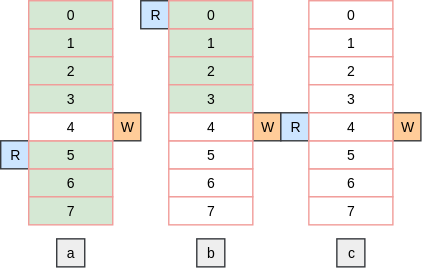
panzidongfamily/ringbuff_res keeps this draw.io diagram as docs/src/buff_lin_read_skip.svg. Above is the earlier version. Source tidied: cells renumbered, new cells last; positions are measured from the earlier drawing's top-left corner, leaving out a move shared by most shapes.
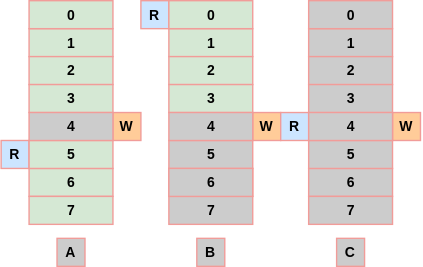
Above is the later version.

What changed in the source:
```diff
@@ -2,104 +2,107 @@
   <root>
     <mxCell id="0" />
     <mxCell id="1" parent="0" />
-    <mxCell id="2" value="R" style="rounded=0;whiteSpace=wrap;html=1;fontSize=10;fillColor=#cce5ff;strokeColor=#36393d;" parent="1" vertex="1">
+    <mxCell id="2" value="R" style="rounded=0;whiteSpace=wrap;html=1;fontSize=10;fillColor=#cce5ff;strokeColor=#F19C99;fontStyle=1;" parent="1" vertex="1">
       <mxGeometry y="100" width="20" height="20" as="geometry" />
     </mxCell>
-    <mxCell id="3" value="W&lt;br&gt;" style="rounded=0;whiteSpace=wrap;html=1;fontSize=10;fillColor=#ffcc99;strokeColor=#36393d;" parent="1" vertex="1">
+    <mxCell id="3" value="W&lt;br&gt;" style="rounded=0;whiteSpace=wrap;html=1;fontSize=10;fillColor=#ffcc99;strokeColor=#F19C99;fontStyle=1;" parent="1" vertex="1">
       <mxGeometry x="80" y="80" width="20" height="20" as="geometry" />
     </mxCell>
-    <mxCell id="4" value="1&lt;br style=&quot;font-size: 10px;&quot;&gt;" style="rounded=0;whiteSpace=wrap;html=1;fontSize=10;fillColor=#d5e8d4;strokeColor=#F19C99;" parent="1" vertex="1">
+    <mxCell id="4" value="1&lt;br style=&quot;font-size: 10px;&quot;&gt;" style="rounded=0;whiteSpace=wrap;html=1;fontSize=10;fillColor=#d5e8d4;strokeColor=#F19C99;fontStyle=1;" parent="1" vertex="1">
       <mxGeometry x="20" y="20" width="60" height="20" as="geometry" />
     </mxCell>
-    <mxCell id="5" value="2" style="rounded=0;whiteSpace=wrap;html=1;fontSize=10;fillColor=#d5e8d4;strokeColor=#F19C99;" parent="1" vertex="1">
+    <mxCell id="5" value="2" style="rounded=0;whiteSpace=wrap;html=1;fontSize=10;fillColor=#d5e8d4;strokeColor=#F19C99;fontStyle=1;" parent="1" vertex="1">
       <mxGeometry x="20" y="40" width="60" height="20" as="geometry" />
     </mxCell>
-    <mxCell id="6" value="3" style="rounded=0;whiteSpace=wrap;html=1;fontSize=10;fillColor=#d5e8d4;strokeColor=#F19C99;" parent="1" vertex="1">
+    <mxCell id="6" value="3" style="rounded=0;whiteSpace=wrap;html=1;fontSize=10;fillColor=#d5e8d4;strokeColor=#F19C99;fontStyle=1;" parent="1" vertex="1">
       <mxGeometry x="20" y="60" width="60" height="20" as="geometry" />
     </mxCell>
-    <mxCell id="7" value="6" style="rounded=0;whiteSpace=wrap;html=1;fontSize=10;fillColor=#d5e8d4;strokeColor=#F19C99;" parent="1" vertex="1">
+    <mxCell id="7" value="6" style="rounded=0;whiteSpace=wrap;html=1;fontSize=10;fillColor=#d5e8d4;strokeColor=#F19C99;fontStyle=1;" parent="1" vertex="1">
       <mxGeometry x="20" y="120" width="60" height="20" as="geometry" />
     </mxCell>
-    <mxCell id="8" value="5" style="rounded=0;whiteSpace=wrap;html=1;fontSize=10;fillColor=#d5e8d4;strokeColor=#F19C99;" parent="1" vertex="1">
+    <mxCell id="8" value="5" style="rounded=0;whiteSpace=wrap;html=1;fontSize=10;fillColor=#d5e8d4;strokeColor=#F19C99;fontStyle=1;" parent="1" vertex="1">
       <mxGeometry x="20" y="100" width="60" height="20" as="geometry" />
     </mxCell>
-    <mxCell id="9" value="4" style="rounded=0;whiteSpace=wrap;html=1;fontSize=10;strokeColor=#F19C99;" parent="1" vertex="1">
+    <mxCell id="9" value="4" style="rounded=0;whiteSpace=wrap;html=1;fontSize=10;strokeColor=#F19C99;fontStyle=1;fillColor=#CCCCCC;" parent="1" vertex="1">
       <mxGeometry x="20" y="80" width="60" height="20" as="geometry" />
     </mxCell>
-    <mxCell id="10" value="7" style="rounded=0;whiteSpace=wrap;html=1;fontSize=10;fillColor=#d5e8d4;strokeColor=#F19C99;" parent="1" vertex="1">
+    <mxCell id="10" value="7" style="rounded=0;whiteSpace=wrap;html=1;fontSize=10;fillColor=#d5e8d4;strokeColor=#F19C99;fontStyle=1;" parent="1" vertex="1">
       <mxGeometry x="20" y="140" width="60" height="20" as="geometry" />
     </mxCell>
-    <mxCell id="11" value="0" style="rounded=0;whiteSpace=wrap;html=1;fontFamily=Arial;fontSize=10;fillColor=#d5e8d4;strokeColor=#F19C99;" parent="1" vertex="1">
+    <mxCell id="11" value="0" style="rounded=0;whiteSpace=wrap;html=1;fontFamily=Arial;fontSize=10;fillColor=#d5e8d4;strokeColor=#F19C99;fontStyle=1;" parent="1" vertex="1">
       <mxGeometry x="20" width="60" height="20" as="geometry" />
     </mxCell>
-    <mxCell id="12" value="a" style="rounded=0;whiteSpace=wrap;html=1;fontSize=10;fillColor=#eeeeee;strokeColor=#36393d;" parent="1" vertex="1">
+    <mxCell id="12" value="A" style="rounded=0;whiteSpace=wrap;html=1;fontSize=10;fillColor=#CCCCCC;strokeColor=#F19C99;fontStyle=1;" parent="1" vertex="1">
       <mxGeometry x="40" y="170" width="20" height="20" as="geometry" />
     </mxCell>
-    <mxCell id="13" value="R" style="rounded=0;whiteSpace=wrap;html=1;fontSize=10;fillColor=#cce5ff;strokeColor=#36393d;" parent="1" vertex="1">
+    <mxCell id="13" value="R" style="rounded=0;whiteSpace=wrap;html=1;fontSize=10;fillColor=#cce5ff;strokeColor=#F19C99;fontStyle=1;" parent="1" vertex="1">
       <mxGeometry x="100" width="20" height="20" as="geometry" />
     </mxCell>
-    <mxCell id="14" value="W&lt;br&gt;" style="rounded=0;whiteSpace=wrap;html=1;fontSize=10;fillColor=#ffcc99;strokeColor=#36393d;" parent="1" vertex="1">
+    <mxCell id="14" value="W&lt;br&gt;" style="rounded=0;whiteSpace=wrap;html=1;fontSize=10;fillColor=#ffcc99;strokeColor=#F19C99;fontStyle=1;" parent="1" vertex="1">
       <mxGeometry x="180" y="80" width="20" height="20" as="geometry" />
     </mxCell>
-    <mxCell id="15" value="1&lt;br style=&quot;font-size: 10px;&quot;&gt;" style="rounded=0;whiteSpace=wrap;html=1;fontSize=10;fillColor=#d5e8d4;strokeColor=#F19C99;" parent="1" vertex="1">
+    <mxCell id="15" value="1&lt;br style=&quot;font-size: 10px;&quot;&gt;" style="rounded=0;whiteSpace=wrap;html=1;fontSize=10;fillColor=#d5e8d4;strokeColor=#F19C99;fontStyle=1;" parent="1" vertex="1">
       <mxGeometry x="120" y="20" width="60" height="20" as="geometry" />
     </mxCell>
-    <mxCell id="16" value="2" style="rounded=0;whiteSpace=wrap;html=1;fontSize=10;fillColor=#d5e8d4;strokeColor=#F19C99;" parent="1" vertex="1">
+    <mxCell id="16" value="2" style="rounded=0;whiteSpace=wrap;html=1;fontSize=10;fillColor=#d5e8d4;strokeColor=#F19C99;fontStyle=1;" parent="1" vertex="1">
       <mxGeometry x="120" y="40" width="60" height="20" as="geometry" />
     </mxCell>
-    <mxCell id="17" value="3" style="rounded=0;whiteSpace=wrap;html=1;fontSize=10;fillColor=#d5e8d4;strokeColor=#F19C99;" parent="1" vertex="1">
+    <mxCell id="17" value="3" style="rounded=0;whiteSpace=wrap;html=1;fontSize=10;fillColor=#d5e8d4;strokeColor=#F19C99;fontStyle=1;" parent="1" vertex="1">
       <mxGeometry x="120" y="60" width="60" height="20" as="geometry" />
     </mxCell>
-    <mxCell id="18" value="6" style="rounded=0;whiteSpace=wrap;html=1;fontSize=10;fillColor=#ffffff;strokeColor=#F19C99;" parent="1" vertex="1">
+    <mxCell id="18" value="6" style="rounded=0;whiteSpace=wrap;html=1;fontSize=10;fillColor=#CCCCCC;strokeColor=#F19C99;fontStyle=1;" parent="1" vertex="1">
       <mxGeometry x="120" y="120" width="60" height="20" as="geometry" />
     </mxCell>
-    <mxCell id="19" value="5" style="rounded=0;whiteSpace=wrap;html=1;fontSize=10;fillColor=#ffffff;strokeColor=#F19C99;" parent="1" vertex="1">
+    <mxCell id="19" value="5" style="rounded=0;whiteSpace=wrap;html=1;fontSize=10;fillColor=#CCCCCC;strokeColor=#F19C99;fontStyle=1;" parent="1" vertex="1">
       <mxGeometry x="120" y="100" width="60" height="20" as="geometry" />
     </mxCell>
-    <mxCell id="20" value="4" style="rounded=0;whiteSpace=wrap;html=1;fontSize=10;strokeColor=#F19C99;" parent="1" vertex="1">
+    <mxCell id="20" value="4" style="rounded=0;whiteSpace=wrap;html=1;fontSize=10;strokeColor=#F19C99;fontStyle=1;fillColor=#CCCCCC;" parent="1" vertex="1">
       <mxGeometry x="120" y="80" width="60" height="20" as="geometry" />
     </mxCell>
-    <mxCell id="21" value="7" style="rounded=0;whiteSpace=wrap;html=1;fontSize=10;fillColor=#ffffff;strokeColor=#F19C99;" parent="1" vertex="1">
+    <mxCell id="21" value="7" style="rounded=0;whiteSpace=wrap;html=1;fontSize=10;fillColor=#CCCCCC;strokeColor=#F19C99;fontStyle=1;" parent="1" vertex="1">
       <mxGeometry x="120" y="140" width="60" height="20" as="geometry" />
     </mxCell>
-    <mxCell id="22" value="0" style="rounded=0;whiteSpace=wrap;html=1;fontFamily=Arial;fontSize=10;fillColor=#d5e8d4;strokeColor=#F19C99;" parent="1" vertex="1">
+    <mxCell id="22" value="0" style="rounded=0;whiteSpace=wrap;html=1;fontFamily=Arial;fontSize=10;fillColor=#d5e8d4;strokeColor=#F19C99;fontStyle=1;" parent="1" vertex="1">
       <mxGeometry x="120" width="60" height="20" as="geometry" />
     </mxCell>
-    <mxCell id="23" value="b" style="rounded=0;whiteSpace=wrap;html=1;fontSize=10;fillColor=#eeeeee;strokeColor=#36393d;" parent="1" vertex="1">
+    <mxCell id="23" value="B" style="rounded=0;whiteSpace=wrap;html=1;fontSize=10;fillColor=#CCCCCC;strokeColor=#F19C99;fontStyle=1;" parent="1" vertex="1">
       <mxGeometry x="140" y="170" width="20" height="20" as="geometry" />
     </mxCell>
-    <mxCell id="24" value="R" style="rounded=0;whiteSpace=wrap;html=1;fontSize=10;fillColor=#cce5ff;strokeColor=#36393d;" parent="1" vertex="1">
+    <mxCell id="24" value="R" style="rounded=0;whiteSpace=wrap;html=1;fontSize=10;fillColor=#cce5ff;strokeColor=#F19C99;fontStyle=1;" parent="1" vertex="1">
       <mxGeometry x="200" y="80" width="20" height="20" as="geometry" />
     </mxCell>
-    <mxCell id="25" value="W&lt;br&gt;" style="rounded=0;whiteSpace=wrap;html=1;fontSize=10;fillColor=#ffcc99;strokeColor=#36393d;" parent="1" vertex="1">
+    <mxCell id="25" value="W&lt;br&gt;" style="rounded=0;whiteSpace=wrap;html=1;fontSize=10;fillColor=#ffcc99;strokeColor=#F19C99;fontStyle=1;" parent="1" vertex="1">
       <mxGeometry x="280" y="80" width="20" height="20" as="geometry" />
     </mxCell>
-    <mxCell id="26" value="1&lt;br style=&quot;font-size: 10px;&quot;&gt;" style="rounded=0;whiteSpace=wrap;html=1;fontSize=10;fillColor=#ffffff;strokeColor=#F19C99;" parent="1" vertex="1">
+    <mxCell id="26" value="1&lt;br style=&quot;font-size: 10px;&quot;&gt;" style="rounded=0;whiteSpace=wrap;html=1;fontSize=10;fillColor=#CCCCCC;strokeColor=#F19C99;fontStyle=1;" parent="1" vertex="1">
       <mxGeometry x="220" y="20" width="60" height="20" as="geometry" />
     </mxCell>
-    <mxCell id="27" value="2" style="rounded=0;whiteSpace=wrap;html=1;fontSize=10;fillColor=#ffffff;strokeColor=#F19C99;" parent="1" vertex="1">
+    <mxCell id="27" value="2" style="rounded=0;whiteSpace=wrap;html=1;fontSize=10;fillColor=#CCCCCC;strokeColor=#F19C99;fontStyle=1;" parent="1" vertex="1">
       <mxGeometry x="220" y="40" width="60" height="20" as="geometry" />
     </mxCell>
-    <mxCell id="28" value="3" style="rounded=0;whiteSpace=wrap;html=1;fontSize=10;fillColor=#ffffff;strokeColor=#F19C99;" parent="1" vertex="1">
+    <mxCell id="28" value="3" style="rounded=0;whiteSpace=wrap;html=1;fontSize=10;fillColor=#CCCCCC;strokeColor=#F19C99;fontStyle=1;" parent="1" vertex="1">
       <mxGeometry x="220" y="60" width="60" height="20" as="geometry" />
     </mxCell>
-    <mxCell id="29" value="6" style="rounded=0;whiteSpace=wrap;html=1;fontSize=10;fillColor=#ffffff;strokeColor=#F19C99;" parent="1" vertex="1">
+    <mxCell id="29" value="6" style="rounded=0;whiteSpace=wrap;html=1;fontSize=10;fillColor=#CCCCCC;strokeColor=#F19C99;fontStyle=1;" parent="1" vertex="1">
       <mxGeometry x="220" y="120" width="60" height="20" as="geometry" />
     </mxCell>
-    <mxCell id="30" value="5" style="rounded=0;whiteSpace=wrap;html=1;fontSize=10;fillColor=#ffffff;strokeColor=#F19C99;" parent="1" vertex="1">
+    <mxCell id="30" value="5" style="rounded=0;whiteSpace=wrap;html=1;fontSize=10;fillColor=#CCCCCC;strokeColor=#F19C99;fontStyle=1;" parent="1" vertex="1">
       <mxGeometry x="220" y="100" width="60" height="20" as="geometry" />
     </mxCell>
-    <mxCell id="31" value="4" style="rounded=0;whiteSpace=wrap;html=1;fontSize=10;strokeColor=#F19C99;" parent="1" vertex="1">
+    <mxCell id="31" value="4" style="rounded=0;whiteSpace=wrap;html=1;fontSize=10;strokeColor=#F19C99;fontStyle=1;fillColor=#CCCCCC;" parent="1" vertex="1">
       <mxGeometry x="220" y="80" width="60" height="20" as="geometry" />
     </mxCell>
-    <mxCell id="32" value="7" style="rounded=0;whiteSpace=wrap;html=1;fontSize=10;fillColor=#ffffff;strokeColor=#F19C99;" parent="1" vertex="1">
+    <mxCell id="32" value="7" style="rounded=0;whiteSpace=wrap;html=1;fontSize=10;fillColor=#CCCCCC;strokeColor=#F19C99;fontStyle=1;" parent="1" vertex="1">
       <mxGeometry x="220" y="140" width="60" height="20" as="geometry" />
     </mxCell>
-    <mxCell id="33" value="0" style="rounded=0;whiteSpace=wrap;html=1;fontFamily=Arial;fontSize=10;fillColor=#ffffff;strokeColor=#F19C99;" parent="1" vertex="1">
+    <mxCell id="33" value="0" style="rounded=0;whiteSpace=wrap;html=1;fontFamily=Arial;fontSize=10;fillColor=#CCCCCC;strokeColor=#F19C99;fontStyle=1;" parent="1" vertex="1">
       <mxGeometry x="220" width="60" height="20" as="geometry" />
     </mxCell>
-    <mxCell id="34" value="c&lt;br&gt;" style="rounded=0;whiteSpace=wrap;html=1;fontSize=10;fillColor=#eeeeee;strokeColor=#36393d;" parent="1" vertex="1">
+    <mxCell id="34" value="C&lt;br&gt;" style="rounded=0;whiteSpace=wrap;html=1;fontSize=10;fillColor=#CCCCCC;strokeColor=#F19C99;fontStyle=1;" parent="1" vertex="1">
       <mxGeometry x="240" y="170" width="20" height="20" as="geometry" />
     </mxCell>
+    <mxCell id="35" value="6" style="rounded=0;whiteSpace=wrap;html=1;fontSize=10;fillColor=#CCCCCC;strokeColor=#F19C99;fontStyle=1;" parent="1" vertex="1">
+      <mxGeometry x="120" y="120" width="60" height="20" as="geometry" />
+    </mxCell>
   </root>
 </mxGraphModel>
```
